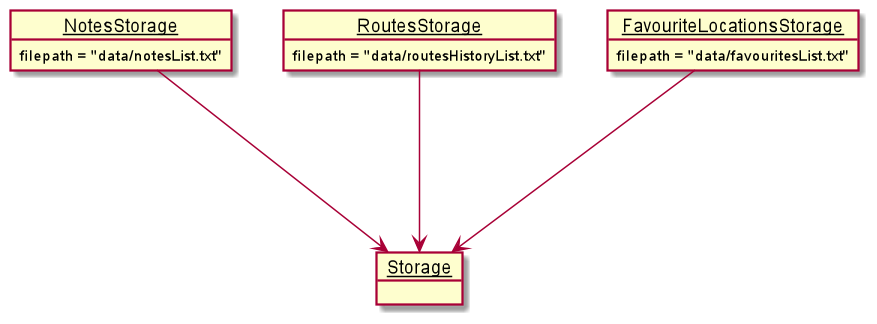
This is docs/SaveStep1.png from nus-cs2113-AY2021S2/tp, a PlantUML export, as it was before one commit. Its source is kept beside it as docs/SaveStep1.puml. Its diagram source:
```plantuml
@startuml

object __Storage__
object __NotesStorage__ {
  filepath = "data/notesList.txt"
}



object __RoutesStorage__
__RoutesStorage__ : filepath = "data/routesHistoryList.txt"
object __FavouriteLocationsStorage__
__FavouriteLocationsStorage__ : filepath = "data/favouritesList.txt"


__NotesStorage__ ---> __Storage__
__RoutesStorage__ ---> __Storage__
__FavouriteLocationsStorage__ ---> __Storage__

@enduml
```
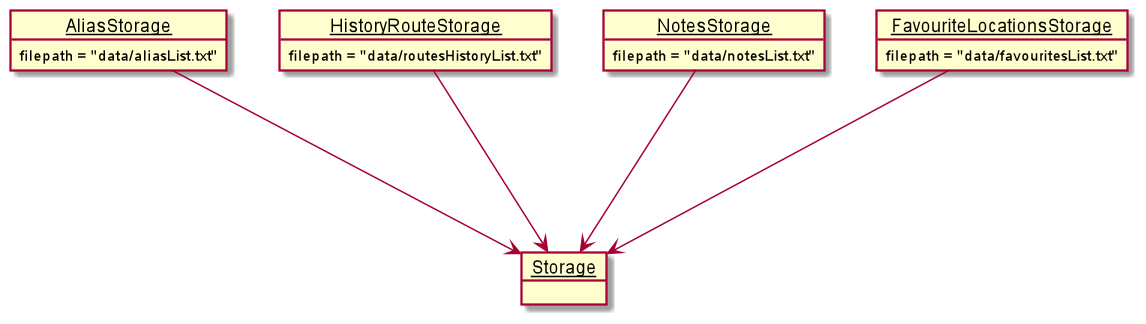
Above is the later version.

Diff of the diagram source:
```diff
@@ -1,20 +1,26 @@
 @startuml
 
 object __Storage__
+
+object __AliasStorage__ {
+    filepath = "data/aliasList.txt"
+}
+
+object __HistoryRouteStorage__ {
+    filepath = "data/routesHistoryList.txt"
+}
+
 object __NotesStorage__ {
   filepath = "data/notesList.txt"
 }
 
+object __FavouriteLocationsStorage__ {
+    filepath = "data/favouritesList.txt"
+}
 
-
-object __RoutesStorage__
-__RoutesStorage__ : filepath = "data/routesHistoryList.txt"
-object __FavouriteLocationsStorage__
-__FavouriteLocationsStorage__ : filepath = "data/favouritesList.txt"
-
-
+__AliasStorage__ ---> __Storage__
 __NotesStorage__ ---> __Storage__
-__RoutesStorage__ ---> __Storage__
+__HistoryRouteStorage__ ---> __Storage__
 __FavouriteLocationsStorage__ ---> __Storage__
 
 @enduml
```
